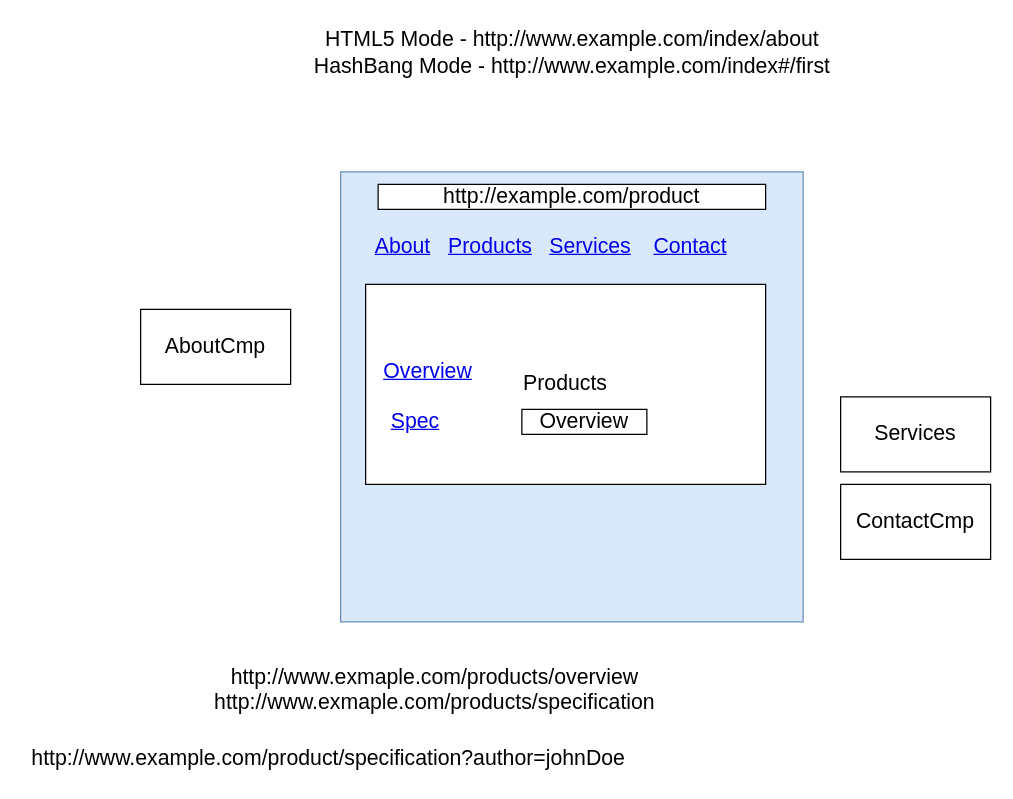
Before: page "Page-20" (20 of 21) of full-diagrams.drawio in synergy2411/citiustech-sept21, a draw.io diagram. Source tidied: cells renumbered, new cells numbered last; positions are measured from the earlier drawing's top-left corner, leaving out a move shared by most shapes. Both pictures are drawn from the tidied source at 125%, with x=0, y=0 at pixel (21, 21).
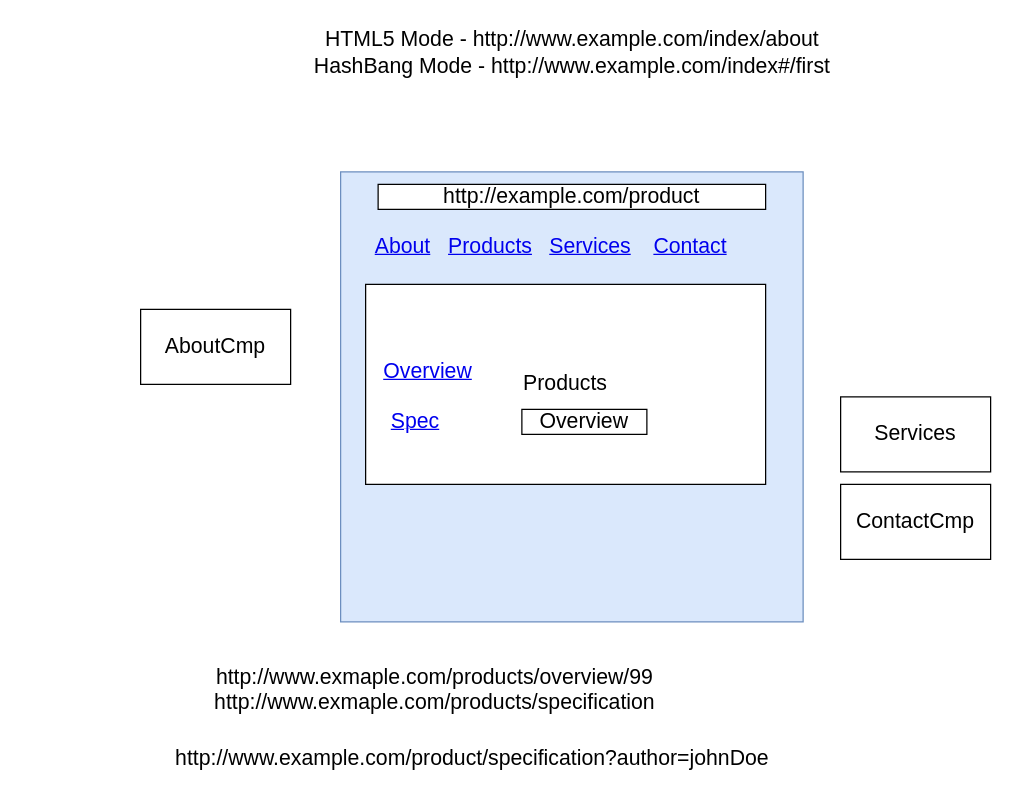
The same page after the edit.

The edit, as a diff of the source:
```diff
@@
 <mxGraphModel>
   <root>
     <mxCell id="0" />
     <mxCell id="1" parent="0" />
     <mxCell id="2" style="rounded=0;whiteSpace=wrap;html=1;fontSize=17;fillColor=#dae8fc;strokeColor=#6c8ebf;" parent="1" vertex="1">
       <mxGeometry x="255" y="120" width="370" height="360" as="geometry" />
     </mxCell>
     <mxCell id="3" value="http://example.com/product" style="rounded=0;whiteSpace=wrap;html=1;fontSize=17;" parent="1" vertex="1">
       <mxGeometry x="285" y="130" width="310" height="20" as="geometry" />
     </mxCell>
     <mxCell id="4" value="About" style="text;html=1;strokeColor=none;fillColor=none;whiteSpace=wrap;align=center;verticalAlign=middle;fontColor=#0000EE;fontStyle=4;fontSize=17;" parent="1" vertex="1">
       <mxGeometry x="275" y="160" width="60" height="40" as="geometry" />
     </mxCell>
     <mxCell id="5" value="Products" style="text;html=1;strokeColor=none;fillColor=none;whiteSpace=wrap;align=center;verticalAlign=middle;fontColor=#0000EE;fontStyle=4;fontSize=17;" parent="1" vertex="1">
       <mxGeometry x="345" y="160" width="60" height="40" as="geometry" />
     </mxCell>
     <mxCell id="6" value="Services" style="text;html=1;strokeColor=none;fillColor=none;whiteSpace=wrap;align=center;verticalAlign=middle;fontColor=#0000EE;fontStyle=4;fontSize=17;" parent="1" vertex="1">
       <mxGeometry x="425" y="160" width="60" height="40" as="geometry" />
     </mxCell>
     <mxCell id="7" value="Contact" style="text;html=1;strokeColor=none;fillColor=none;whiteSpace=wrap;align=center;verticalAlign=middle;fontColor=#0000EE;fontStyle=4;fontSize=17;" parent="1" vertex="1">
       <mxGeometry x="505" y="160" width="60" height="40" as="geometry" />
     </mxCell>
     <mxCell id="8" value="AboutCmp" style="rounded=0;whiteSpace=wrap;html=1;fontSize=17;" parent="1" vertex="1">
       <mxGeometry x="95" y="230" width="120" height="60" as="geometry" />
     </mxCell>
     <mxCell id="9" value="Products" style="rounded=0;whiteSpace=wrap;html=1;fontSize=17;" parent="1" vertex="1">
       <mxGeometry x="275" y="210" width="320" height="160" as="geometry" />
     </mxCell>
     <mxCell id="10" value="Services" style="rounded=0;whiteSpace=wrap;html=1;fontSize=17;" parent="1" vertex="1">
       <mxGeometry x="655" y="300" width="120" height="60" as="geometry" />
     </mxCell>
     <mxCell id="11" value="ContactCmp" style="rounded=0;whiteSpace=wrap;html=1;fontSize=17;" parent="1" vertex="1">
       <mxGeometry x="655" y="370" width="120" height="60" as="geometry" />
     </mxCell>
     <mxCell id="12" value="HTML5 Mode - http://www.example.com/index/about&lt;br&gt;HashBang Mode - http://www.example.com/index#/first" style="text;html=1;align=center;verticalAlign=middle;strokeColor=none;fillColor=none;fontSize=17;" parent="1" vertex="1">
       <mxGeometry x="225" width="430" height="50" as="geometry" />
     </mxCell>
-    <mxCell id="13" value="http://www.exmaple.com/products/overview" style="text;html=1;align=center;verticalAlign=middle;strokeColor=none;fillColor=none;fontSize=17;" parent="1" vertex="1">
-      <mxGeometry x="160" y="510" width="340" height="30" as="geometry" />
+    <mxCell id="13" value="http://www.exmaple.com/products/overview/99" style="text;html=1;align=center;verticalAlign=middle;strokeColor=none;fillColor=none;fontSize=17;" parent="1" vertex="1">
+      <mxGeometry x="150" y="510" width="360" height="30" as="geometry" />
     </mxCell>
     <mxCell id="14" value="Overview" style="text;html=1;strokeColor=none;fillColor=none;whiteSpace=wrap;align=center;verticalAlign=middle;fontColor=#0000EE;fontStyle=4;fontSize=17;" parent="1" vertex="1">
       <mxGeometry x="295" y="260" width="60" height="40" as="geometry" />
     </mxCell>
     <mxCell id="15" value="Spec" style="text;html=1;strokeColor=none;fillColor=none;whiteSpace=wrap;align=center;verticalAlign=middle;fontColor=#0000EE;fontStyle=4;fontSize=17;" parent="1" vertex="1">
       <mxGeometry x="285" y="300" width="60" height="40" as="geometry" />
     </mxCell>
     <mxCell id="16" value="Overview" style="rounded=0;whiteSpace=wrap;html=1;fontSize=17;" parent="1" vertex="1">
       <mxGeometry x="400" y="310" width="100" height="20" as="geometry" />
     </mxCell>
     <mxCell id="17" value="http://www.exmaple.com/products/specification" style="text;html=1;align=center;verticalAlign=middle;strokeColor=none;fillColor=none;fontSize=17;" parent="1" vertex="1">
       <mxGeometry x="145" y="530" width="370" height="30" as="geometry" />
     </mxCell>
     <mxCell id="18" value="http://www.example.com/product/specification?author=johnDoe" style="text;html=1;align=center;verticalAlign=middle;strokeColor=none;fillColor=none;fontSize=17;" parent="1" vertex="1">
-      <mxGeometry y="575" width="490" height="30" as="geometry" />
+      <mxGeometry x="115" y="575" width="490" height="30" as="geometry" />
     </mxCell>
   </root>
 </mxGraphModel>
```
